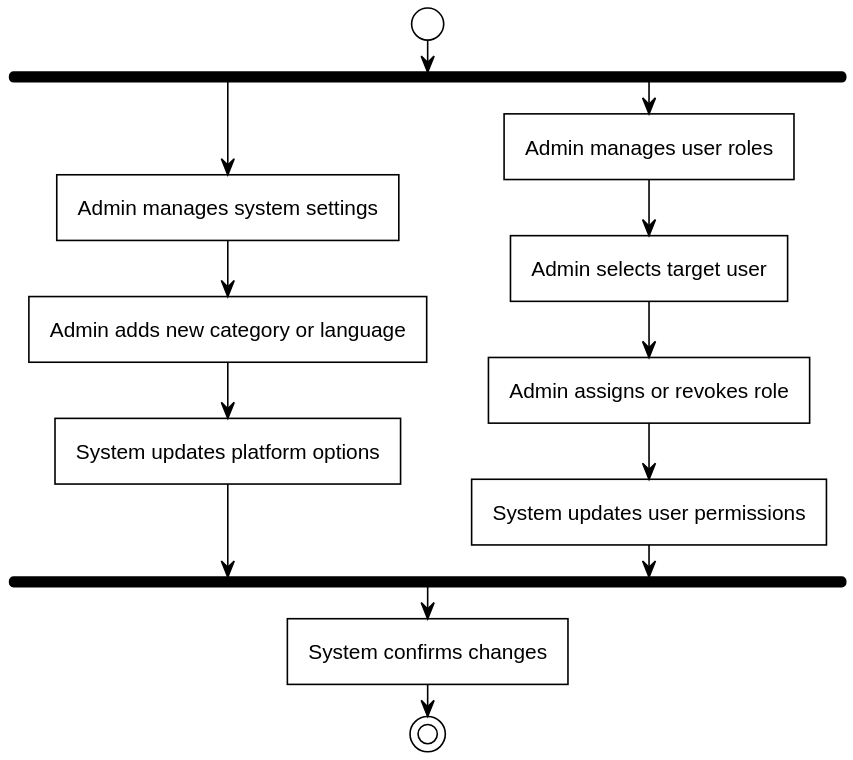
Before: out/Analysis/ActivityDIagrams/AdminControl/AdminControl.svg, a diagram exported from PlantUML (SEPCheesecakeFactory/SEP3).
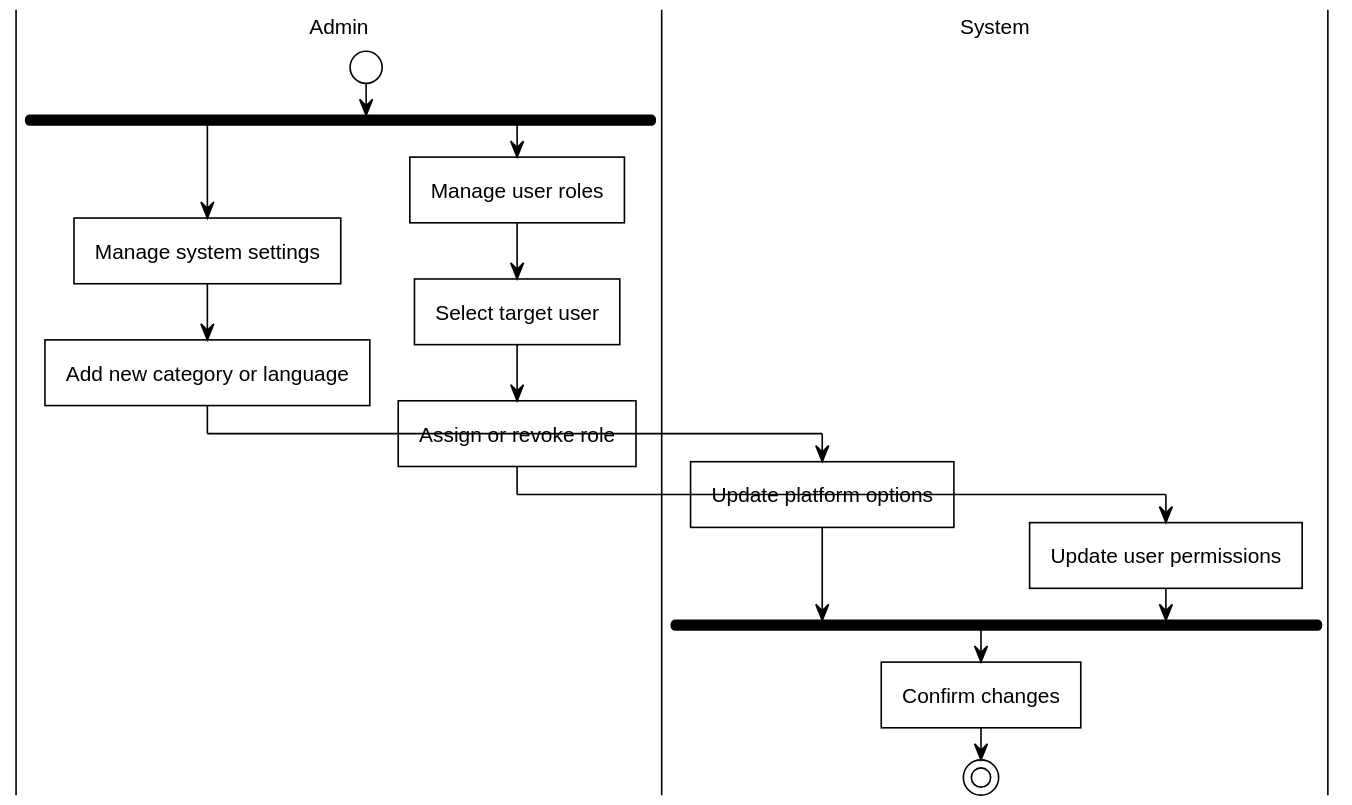
The same diagram one commit later.

Diff of the diagram source:
```diff
@@ -1,16 +1,20 @@
 @startuml
 !include https://raw.githubusercontent.com/fredoslav2004/MinimalThemePUML/refs/heads/main/minimal-theme.puml
+|Admin|
 start
 fork
-    :Admin manages system settings;
-    :Admin adds new category or language;
-    :System updates platform options;
+    :Manage system settings;
+    :Add new category or language;
+    |System|
+    :Update platform options;
+|Admin|
 fork again
-    :Admin manages user roles;
-    :Admin selects target user;
-    :Admin assigns or revokes role;
-    :System updates user permissions;
+    :Manage user roles;
+    :Select target user;
+    :Assign or revoke role;
+    |System|
+    :Update user permissions;
 end fork
-:System confirms changes;
+:Confirm changes;
 stop
 @enduml
```
